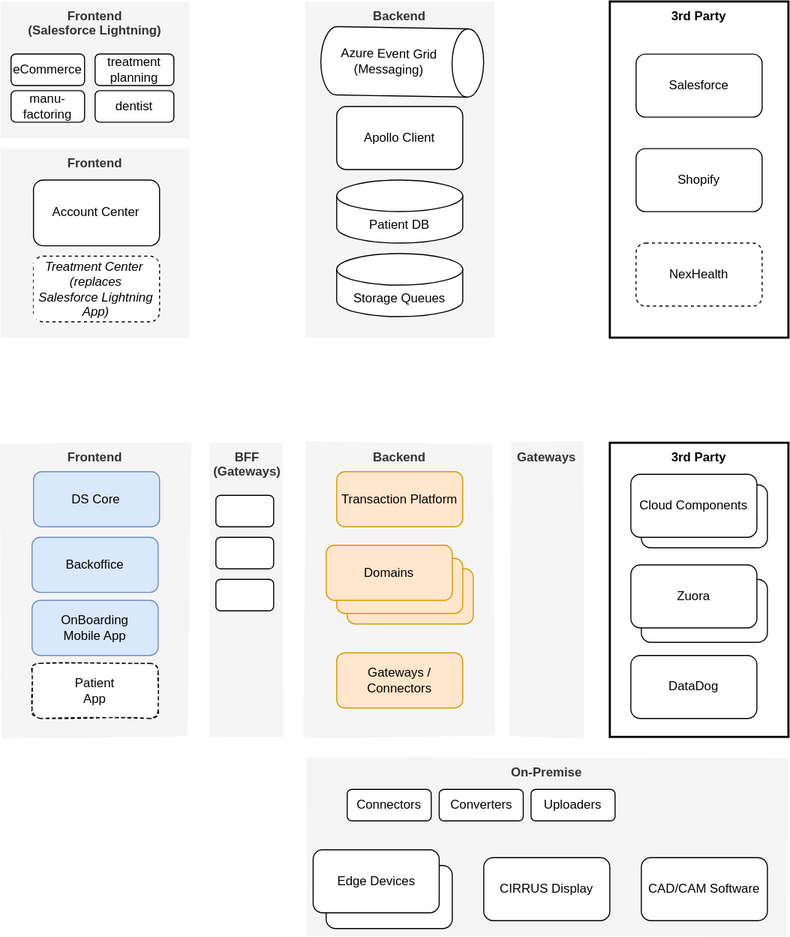
Earlier version of the draw.io export diags/byte+/cv-byte+.drawio.svg (resema/cheatsheets). Source tidied: cells renumbered, new cells last; positions are measured from the earlier drawing's top-left corner, leaving out a move shared by most shapes.
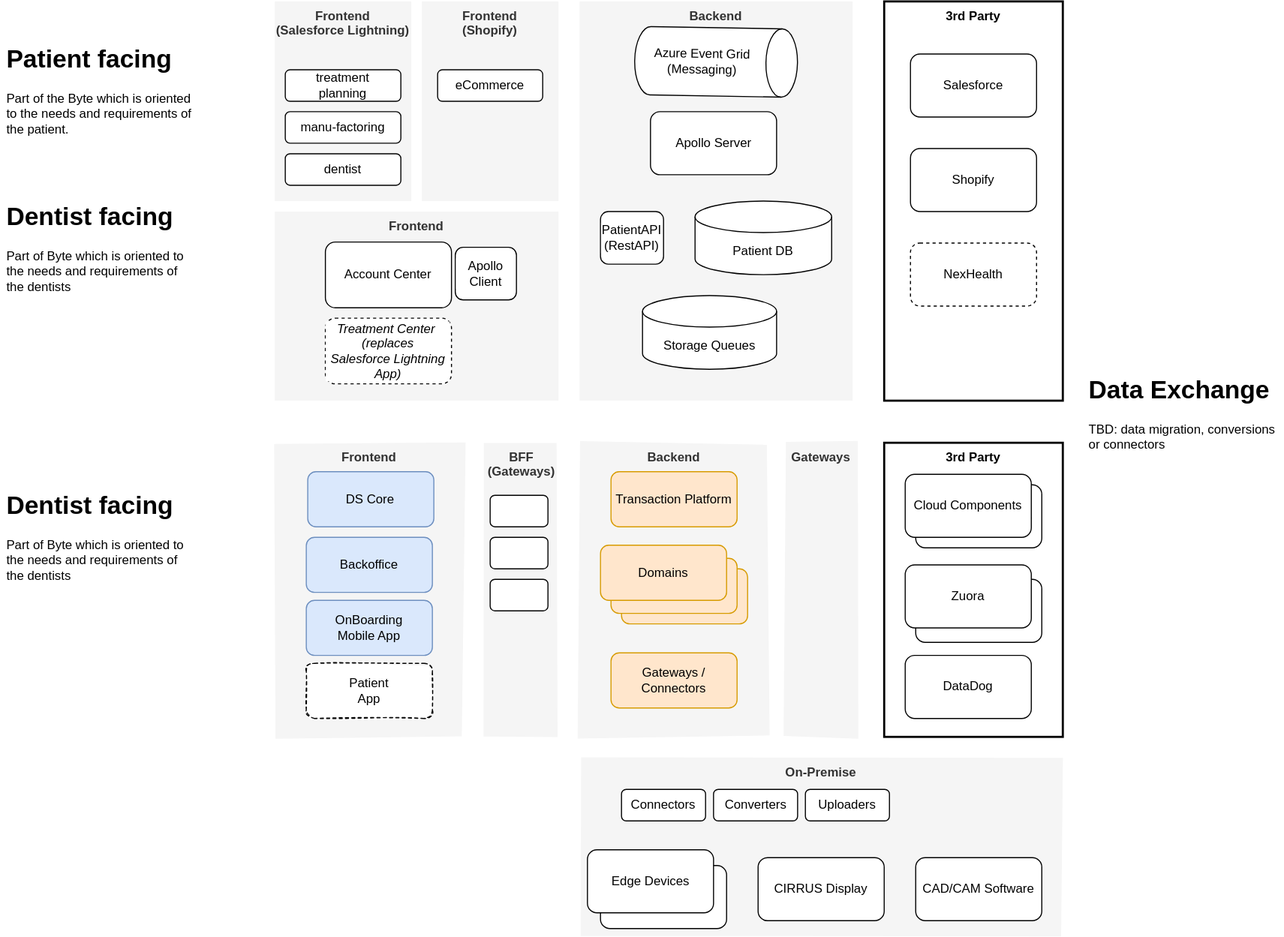
After the change.

Commit message:
feat: recap of feedback

Change to the diagram source:
```diff
@@ -2,8 +2,11 @@
   <root>
     <mxCell id="0" />
     <mxCell id="1" parent="0" />
+    <mxCell id="49" value="Frontend&lt;br&gt;(Shopify)" style="rounded=0;whiteSpace=wrap;html=1;labelBackgroundColor=none;sketch=0;labelPosition=center;verticalLabelPosition=middle;align=center;verticalAlign=top;fillColor=#f5f5f5;strokeColor=none;fillStyle=solid;fontColor=#333333;fontStyle=1;strokeWidth=1;" parent="1" vertex="1">
+      <mxGeometry x="140" y="19.8" width="130" height="190.1" as="geometry" />
+    </mxCell>
     <mxCell id="2" value="Frontend&lt;br&gt;(Salesforce Lightning)" style="rounded=0;whiteSpace=wrap;html=1;labelBackgroundColor=none;sketch=0;labelPosition=center;verticalLabelPosition=middle;align=center;verticalAlign=top;fillColor=#f5f5f5;strokeColor=none;fillStyle=solid;fontColor=#333333;fontStyle=1;strokeWidth=1;" parent="1" vertex="1">
-      <mxGeometry y="19.9" width="180" height="130" as="geometry" />
+      <mxGeometry y="19.8" width="130" height="190.1" as="geometry" />
     </mxCell>
     <mxCell id="3" value="Backend" style="rounded=0;whiteSpace=wrap;html=1;labelBackgroundColor=none;sketch=1;fontColor=#333333;verticalAlign=top;fillColor=#f5f5f5;strokeColor=none;fillStyle=solid;fontStyle=1;strokeWidth=1;" parent="1" vertex="1">
       <mxGeometry x="290" y="440" width="180" height="280" as="geometry" />
@@ -15,37 +18,37 @@
       <mxGeometry x="320" y="550" width="120" height="52.5" as="geometry" />
     </mxCell>
     <mxCell id="6" value="Frontend" style="rounded=0;whiteSpace=wrap;html=1;labelBackgroundColor=none;sketch=0;labelPosition=center;verticalLabelPosition=middle;align=center;verticalAlign=top;fillColor=#f5f5f5;strokeColor=none;fillStyle=solid;fontColor=#333333;fontStyle=1;strokeWidth=1;" parent="1" vertex="1">
-      <mxGeometry y="160" width="180" height="179.9" as="geometry" />
+      <mxGeometry y="219.9" width="270" height="179.9" as="geometry" />
     </mxCell>
     <mxCell id="7" value="Account Center" style="rounded=1;whiteSpace=wrap;html=1;labelBackgroundColor=#FFFFFF;sketch=0;fontColor=none;strokeWidth=1;" parent="1" vertex="1">
-      <mxGeometry x="31.4" y="189.9" width="120" height="62.5" as="geometry" />
+      <mxGeometry x="48.2" y="248.9" width="120" height="62.5" as="geometry" />
     </mxCell>
     <mxCell id="8" value="Backend" style="rounded=0;whiteSpace=wrap;html=1;labelBackgroundColor=none;sketch=0;fontColor=#333333;verticalAlign=top;fillColor=#f5f5f5;strokeColor=none;fillStyle=solid;fontStyle=1;strokeWidth=1;" parent="1" vertex="1">
-      <mxGeometry x="290" y="19.9" width="180" height="320" as="geometry" />
+      <mxGeometry x="290" y="19.8" width="260" height="380.1" as="geometry" />
     </mxCell>
-    <mxCell id="9" value="Apollo Client" style="rounded=1;whiteSpace=wrap;html=1;labelBackgroundColor=#FFFFFF;sketch=0;fontColor=none;strokeWidth=1;" parent="1" vertex="1">
-      <mxGeometry x="320" y="119.9" width="120" height="60" as="geometry" />
+    <mxCell id="9" value="Apollo Server" style="rounded=1;whiteSpace=wrap;html=1;labelBackgroundColor=#FFFFFF;sketch=0;fontColor=none;strokeWidth=1;" parent="1" vertex="1">
+      <mxGeometry x="357.6" y="124.8" width="120" height="60" as="geometry" />
     </mxCell>
     <mxCell id="10" value="3rd Party" style="rounded=0;whiteSpace=wrap;html=1;labelBackgroundColor=#FFFFFF;sketch=0;fontColor=none;verticalAlign=top;fontStyle=1;strokeWidth=2;" parent="1" vertex="1">
-      <mxGeometry x="580" y="19.9" width="170" height="320" as="geometry" />
+      <mxGeometry x="580" y="19.8" width="170" height="380.1" as="geometry" />
     </mxCell>
     <mxCell id="11" value="Salesforce" style="rounded=1;whiteSpace=wrap;html=1;labelBackgroundColor=#FFFFFF;sketch=0;fontColor=none;strokeWidth=1;" parent="1" vertex="1">
-      <mxGeometry x="605" y="70" width="120" height="60" as="geometry" />
+      <mxGeometry x="605" y="69.9" width="120" height="60" as="geometry" />
     </mxCell>
     <mxCell id="12" value="NexHealth" style="rounded=1;whiteSpace=wrap;html=1;labelBackgroundColor=#FFFFFF;sketch=0;fontColor=none;dashed=1;strokeWidth=1;" parent="1" vertex="1">
-      <mxGeometry x="605" y="249.9" width="120" height="60" as="geometry" />
+      <mxGeometry x="605" y="249.8" width="120" height="60" as="geometry" />
     </mxCell>
     <mxCell id="13" value="Shopify" style="rounded=1;whiteSpace=wrap;html=1;labelBackgroundColor=#FFFFFF;sketch=0;fontColor=none;strokeWidth=1;" parent="1" vertex="1">
-      <mxGeometry x="605" y="160" width="120" height="60" as="geometry" />
+      <mxGeometry x="605" y="159.9" width="120" height="60" as="geometry" />
     </mxCell>
     <mxCell id="14" value="Patient DB" style="shape=cylinder3;whiteSpace=wrap;html=1;boundedLbl=1;backgroundOutline=1;size=15;labelBackgroundColor=#FFFFFF;sketch=0;fontColor=none;strokeWidth=1;" parent="1" vertex="1">
-      <mxGeometry x="320" y="189.9" width="120" height="60" as="geometry" />
+      <mxGeometry x="400" y="209.9" width="130" height="70.1" as="geometry" />
     </mxCell>
     <mxCell id="15" value="Storage Queues" style="shape=cylinder3;whiteSpace=wrap;html=1;boundedLbl=1;backgroundOutline=1;size=15;labelBackgroundColor=#FFFFFF;sketch=0;fontColor=none;strokeWidth=1;" parent="1" vertex="1">
-      <mxGeometry x="320" y="259.9" width="120" height="60" as="geometry" />
+      <mxGeometry x="350" y="299.9" width="127.6" height="70.1" as="geometry" />
     </mxCell>
     <mxCell id="16" value="Azure Event Grid&lt;br&gt;(Messaging)" style="shape=cylinder3;whiteSpace=wrap;html=1;boundedLbl=1;backgroundOutline=1;size=15;labelBackgroundColor=#FFFFFF;sketch=0;fontColor=none;rotation=91;horizontal=0;strokeWidth=1;" parent="1" vertex="1">
-      <mxGeometry x="349.9" width="65" height="154.9" as="geometry" />
+      <mxGeometry x="387.5" y="-0.1" width="65" height="154.9" as="geometry" />
     </mxCell>
     <mxCell id="17" value="Frontend" style="rounded=0;whiteSpace=wrap;html=1;labelBackgroundColor=none;sketch=1;labelPosition=center;verticalLabelPosition=middle;align=center;verticalAlign=top;fillColor=#f5f5f5;strokeColor=none;fillStyle=solid;fontColor=#333333;fontStyle=1;" parent="1" vertex="1">
       <mxGeometry y="440" width="180" height="280" as="geometry" />
@@ -129,19 +132,37 @@
       <mxGeometry x="505" y="770" width="80" height="30" as="geometry" />
     </mxCell>
     <mxCell id="44" value="&lt;i&gt;Treatment Center&amp;nbsp;&lt;br&gt;(replaces &lt;br&gt;Salesforce Lightning App)&lt;br&gt;&lt;/i&gt;" style="rounded=1;whiteSpace=wrap;html=1;labelBackgroundColor=#FFFFFF;sketch=0;fontColor=none;dashed=1;strokeWidth=1;" parent="1" vertex="1">
-      <mxGeometry x="31.4" y="262.4" width="120" height="62.5" as="geometry" />
+      <mxGeometry x="48.2" y="321.4" width="120" height="62.5" as="geometry" />
     </mxCell>
     <mxCell id="45" value="eCommerce" style="rounded=1;whiteSpace=wrap;html=1;labelBackgroundColor=none;sketch=0;fillStyle=solid;strokeWidth=1;fillColor=default;" parent="1" vertex="1">
-      <mxGeometry x="10" y="69.9" width="70" height="30" as="geometry" />
+      <mxGeometry x="155" y="84.9" width="100" height="30" as="geometry" />
     </mxCell>
     <mxCell id="46" value="treatment&lt;br&gt;planning" style="rounded=1;whiteSpace=wrap;html=1;labelBackgroundColor=none;sketch=0;fillStyle=solid;strokeWidth=1;fillColor=default;" parent="1" vertex="1">
-      <mxGeometry x="90" y="69.9" width="75" height="30" as="geometry" />
+      <mxGeometry x="10" y="84.9" width="110" height="30" as="geometry" />
     </mxCell>
     <mxCell id="47" value="manu-factoring" style="rounded=1;whiteSpace=wrap;html=1;labelBackgroundColor=none;sketch=0;fillStyle=solid;strokeWidth=1;fillColor=default;" parent="1" vertex="1">
-      <mxGeometry x="10" y="104.8" width="70" height="30" as="geometry" />
+      <mxGeometry x="10" y="124.8" width="110" height="30" as="geometry" />
     </mxCell>
     <mxCell id="48" value="dentist" style="rounded=1;whiteSpace=wrap;html=1;labelBackgroundColor=none;sketch=0;fillStyle=solid;strokeWidth=1;fillColor=default;" parent="1" vertex="1">
-      <mxGeometry x="90" y="104.8" width="75" height="30" as="geometry" />
+      <mxGeometry x="10" y="164.8" width="110" height="30" as="geometry" />
     </mxCell>
+    <mxCell id="50" value="Apollo Client" style="rounded=1;whiteSpace=wrap;html=1;labelBackgroundColor=#FFFFFF;sketch=0;fontColor=none;strokeWidth=1;" parent="1" vertex="1">
+      <mxGeometry x="171.8" y="253.9" width="58.2" height="50.1" as="geometry" />
+    </mxCell>
+    <mxCell id="51" value="&lt;h1&gt;Patient facing&lt;/h1&gt;&lt;p&gt;Part of the Byte which is oriented to the needs and requirements of the patient.&lt;/p&gt;" style="text;html=1;strokeColor=none;fillColor=none;spacing=5;spacingTop=-20;whiteSpace=wrap;overflow=hidden;rounded=0;dashed=1;labelBackgroundColor=none;sketch=0;fillStyle=solid;strokeWidth=2;" parent="1" vertex="1">
+      <mxGeometry x="-260" y="55" width="190" height="120" as="geometry" />
+    </mxCell>
+    <mxCell id="52" value="&lt;h1&gt;Dentist facing&lt;/h1&gt;&lt;p&gt;Part of Byte which is oriented to the needs and requirements of the dentists&lt;/p&gt;" style="text;html=1;strokeColor=none;fillColor=none;spacing=5;spacingTop=-20;whiteSpace=wrap;overflow=hidden;rounded=0;dashed=1;labelBackgroundColor=none;sketch=0;fillStyle=solid;strokeWidth=2;" parent="1" vertex="1">
+      <mxGeometry x="-260" y="205" width="190" height="120" as="geometry" />
+    </mxCell>
+    <mxCell id="53" value="PatientAPI (RestAPI)" style="rounded=1;whiteSpace=wrap;html=1;labelBackgroundColor=#FFFFFF;sketch=0;fontColor=none;strokeWidth=1;" parent="1" vertex="1">
+      <mxGeometry x="310" y="219.9" width="60" height="50.1" as="geometry" />
+    </mxCell>
+    <mxCell id="54" value="&lt;h1&gt;Dentist facing&lt;/h1&gt;&lt;p&gt;Part of Byte which is oriented to the needs and requirements of the dentists&lt;/p&gt;" style="text;html=1;strokeColor=none;fillColor=none;spacing=5;spacingTop=-20;whiteSpace=wrap;overflow=hidden;rounded=0;dashed=1;labelBackgroundColor=none;sketch=0;fillStyle=solid;strokeWidth=2;" parent="1" vertex="1">
+      <mxGeometry x="-260" y="480" width="190" height="120" as="geometry" />
+    </mxCell>
+    <mxCell id="55" value="&lt;h1&gt;Data Exchange&lt;/h1&gt;&lt;p&gt;TBD: data migration, conversions or connectors&lt;/p&gt;" style="text;html=1;strokeColor=none;fillColor=none;spacing=5;spacingTop=-20;whiteSpace=wrap;overflow=hidden;rounded=0;dashed=1;labelBackgroundColor=none;sketch=0;fillStyle=solid;strokeWidth=2;" parent="1" vertex="1">
+      <mxGeometry x="770" y="370" width="190" height="120" as="geometry" />
+    </mxCell>
   </root>
 </mxGraphModel>
```
